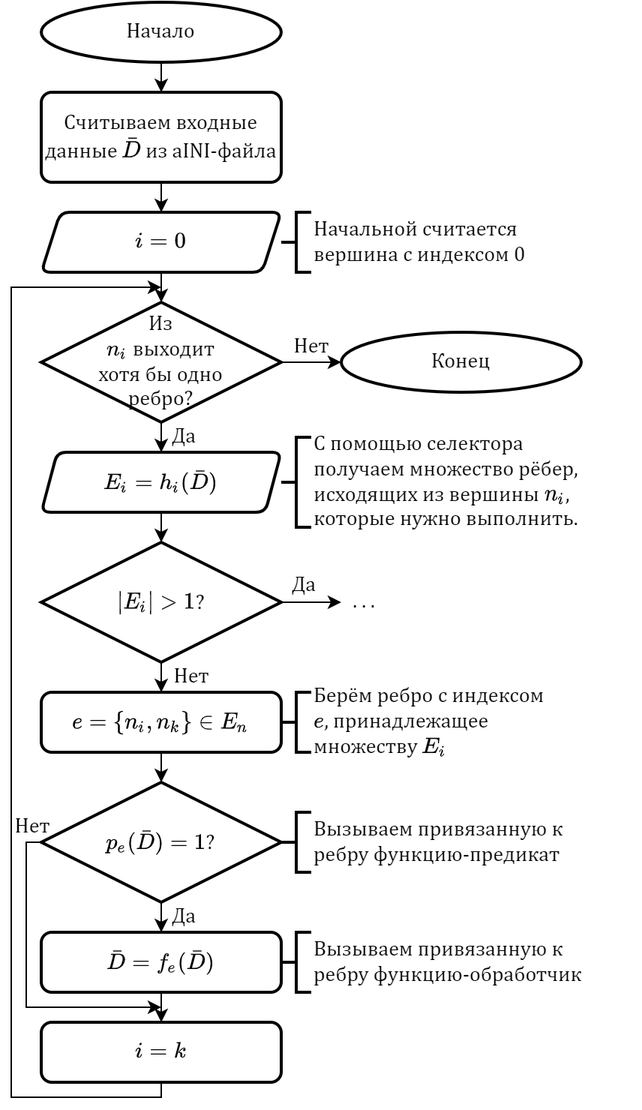
The draw.io diagram 04 - ВКРы/2021-2022 - Разработка компонентов comsdk/01 - Пояснительная записка/figures/flowchart.graphRunning1.png in ITesserakt/Kodept, before a commit. Source tidied: cells renumbered, new cells last; positions are measured from the earlier drawing's top-left corner, leaving out a move shared by most shapes. Its diagram source:
```xml
<mxGraphModel math="1">
  <root>
    <mxCell id="0" />
    <mxCell id="1" parent="0" />
    <mxCell id="2" style="edgeStyle=orthogonalEdgeStyle;rounded=0;jettySize=auto;html=1;exitX=0.5;exitY=1;exitDx=0;exitDy=0;exitPerimeter=0;entryX=0.5;entryY=0;entryDx=0;entryDy=0;fontFamily=Cambria Math;fontSize=14;" parent="1" edge="1" source="3" target="6">
      <mxGeometry relative="1" as="geometry" />
    </mxCell>
    <mxCell id="3" value="Начало" style="strokeWidth=2;html=1;shape=mxgraph.flowchart.start_2;whiteSpace=wrap;fontSize=14;fontFamily=Cambria Math;" parent="1" vertex="1">
      <mxGeometry x="26" width="160" height="40" as="geometry" />
    </mxCell>
    <mxCell id="4" style="edgeStyle=orthogonalEdgeStyle;rounded=0;jettySize=auto;html=1;exitX=0.5;exitY=1;exitDx=0;exitDy=0;entryX=0.5;entryY=0;entryDx=0;entryDy=0;entryPerimeter=0;fontFamily=Cambria Math;fontSize=14;" parent="1" edge="1" target="17">
      <mxGeometry relative="1" as="geometry">
        <mxPoint x="106" y="180" as="sourcePoint" />
      </mxGeometry>
    </mxCell>
    <mxCell id="5" style="edgeStyle=orthogonalEdgeStyle;rounded=0;jettySize=auto;html=1;exitX=0.5;exitY=1;exitDx=0;exitDy=0;entryX=0.5;entryY=0;entryDx=0;entryDy=0;fontFamily=Cambria Math;fontSize=14;" parent="1" edge="1" source="6">
      <mxGeometry relative="1" as="geometry">
        <mxPoint x="106" y="140" as="targetPoint" />
      </mxGeometry>
    </mxCell>
    <mxCell id="6" value="Считываем входные данные \(\bar{D}\) из aINI-файла" style="rounded=1;whiteSpace=wrap;html=1;absoluteArcSize=1;arcSize=14;strokeWidth=2;fontFamily=Cambria Math;fontSize=14;" parent="1" vertex="1">
      <mxGeometry x="26" y="60" width="160" height="60" as="geometry" />
    </mxCell>
    <mxCell id="7" style="strokeWidth=2;html=1;shape=mxgraph.flowchart.annotation_2;align=left;labelPosition=right;fontFamily=Cambria Math;fontSize=14;" parent="1" vertex="1">
      <mxGeometry x="186" y="140" width="20" height="40" as="geometry" />
    </mxCell>
    <mxCell id="8" value="Начальной считается&lt;br&gt;вершина с индексом 0" style="text;html=1;align=left;verticalAlign=middle;fontSize=14;fontFamily=Cambria Math;" parent="1" vertex="1">
      <mxGeometry x="206" y="140" width="160" height="40" as="geometry" />
    </mxCell>
    <mxCell id="9" style="edgeStyle=orthogonalEdgeStyle;rounded=0;jettySize=auto;html=1;exitX=0.5;exitY=1;exitDx=0;exitDy=0;entryX=0.5;entryY=0;entryDx=0;entryDy=0;entryPerimeter=0;fontFamily=Cambria Math;fontSize=14;" parent="1" edge="1" target="14">
      <mxGeometry relative="1" as="geometry">
        <mxPoint x="106" y="340" as="sourcePoint" />
      </mxGeometry>
    </mxCell>
    <mxCell id="10" style="strokeWidth=2;html=1;shape=mxgraph.flowchart.annotation_2;align=left;labelPosition=right;fontFamily=Cambria Math;fontSize=14;" parent="1" vertex="1">
      <mxGeometry x="186" y="290" width="20" height="60" as="geometry" />
    </mxCell>
    <mxCell id="11" value="С помощью селектора&lt;br&gt;получаем множество рёбер,&lt;br&gt;исходящих из вершины \(n_i\),&lt;br&gt;которые нужно выполнить." style="text;html=1;align=left;verticalAlign=middle;fontSize=14;fontFamily=Cambria Math;" parent="1" vertex="1">
      <mxGeometry x="206" y="285" width="220" height="70" as="geometry" />
    </mxCell>
    <mxCell id="12" style="edgeStyle=orthogonalEdgeStyle;rounded=0;jettySize=auto;html=1;exitX=0.5;exitY=1;exitDx=0;exitDy=0;exitPerimeter=0;entryX=0.5;entryY=0;entryDx=0;entryDy=0;fontFamily=Cambria Math;fontSize=14;" parent="1" edge="1" source="14" target="22">
      <mxGeometry relative="1" as="geometry" />
    </mxCell>
    <mxCell id="13" style="edgeStyle=orthogonalEdgeStyle;rounded=0;jettySize=auto;html=1;exitX=1;exitY=0.5;exitDx=0;exitDy=0;exitPerimeter=0;fontFamily=Cambria Math;fontSize=14;" parent="1" edge="1" source="14">
      <mxGeometry relative="1" as="geometry">
        <mxPoint x="226" y="400" as="targetPoint" />
      </mxGeometry>
    </mxCell>
    <mxCell id="14" value="\(|E_i|&amp;gt;1\)?" style="strokeWidth=2;html=1;shape=mxgraph.flowchart.decision;whiteSpace=wrap;fontFamily=Cambria Math;fontSize=14;align=center;" parent="1" vertex="1">
      <mxGeometry x="26" y="360" width="160" height="80" as="geometry" />
    </mxCell>
    <mxCell id="15" style="edgeStyle=orthogonalEdgeStyle;rounded=0;orthogonalLoop=1;jettySize=auto;html=1;exitX=0.5;exitY=1;exitDx=0;exitDy=0;exitPerimeter=0;entryX=0.5;entryY=0;entryDx=0;entryDy=0;fontFamily=Cambria Math;fontSize=14;" parent="1" edge="1">
      <mxGeometry relative="1" as="geometry">
        <mxPoint x="106" y="260" as="sourcePoint" />
        <mxPoint x="106" y="300" as="targetPoint" />
      </mxGeometry>
    </mxCell>
    <mxCell id="16" style="edgeStyle=orthogonalEdgeStyle;rounded=0;jettySize=auto;html=1;exitX=1;exitY=0.5;exitDx=0;exitDy=0;exitPerimeter=0;entryX=0;entryY=0.5;entryDx=0;entryDy=0;entryPerimeter=0;fontFamily=Cambria Math;fontSize=14;" parent="1" edge="1" source="17" target="19">
      <mxGeometry relative="1" as="geometry" />
    </mxCell>
    <mxCell id="17" value="Из&lt;br&gt;\(n_i\) выходит&lt;br&gt;хотя бы одно&lt;br&gt;ребро?" style="strokeWidth=2;html=1;shape=mxgraph.flowchart.decision;whiteSpace=wrap;fontFamily=Cambria Math;fontSize=14;align=center;" parent="1" vertex="1">
      <mxGeometry x="26" y="200" width="160" height="80" as="geometry" />
    </mxCell>
    <mxCell id="18" value="Нет" style="text;html=1;align=center;verticalAlign=middle;fontSize=14;fontFamily=Cambria Math;" parent="1" vertex="1">
      <mxGeometry x="186" y="220" width="40" height="20" as="geometry" />
    </mxCell>
    <mxCell id="19" value="Конец" style="strokeWidth=2;html=1;shape=mxgraph.flowchart.start_2;whiteSpace=wrap;fontSize=14;fontFamily=Cambria Math;" parent="1" vertex="1">
      <mxGeometry x="226" y="220" width="160" height="40" as="geometry" />
    </mxCell>
    <mxCell id="20" value="Да" style="text;html=1;align=center;verticalAlign=middle;fontSize=14;fontFamily=Cambria Math;" parent="1" vertex="1">
      <mxGeometry x="106" y="280" width="30" height="20" as="geometry" />
    </mxCell>
    <mxCell id="21" style="edgeStyle=orthogonalEdgeStyle;rounded=0;jettySize=auto;html=1;exitX=0.5;exitY=1;exitDx=0;exitDy=0;entryX=0.5;entryY=0;entryDx=0;entryDy=0;entryPerimeter=0;fontFamily=Cambria Math;fontSize=14;" parent="1" edge="1" source="22" target="30">
      <mxGeometry relative="1" as="geometry" />
    </mxCell>
    <mxCell id="22" value="\(e=\{n_i,n_k\}\in{E_n}\)" style="rounded=1;whiteSpace=wrap;html=1;absoluteArcSize=1;arcSize=14;strokeWidth=2;fontFamily=Cambria Math;fontSize=14;" parent="1" vertex="1">
      <mxGeometry x="26" y="460" width="160" height="40" as="geometry" />
    </mxCell>
    <mxCell id="23" value="\(i=0\)" style="shape=parallelogram;html=1;strokeWidth=2;perimeter=parallelogramPerimeter;whiteSpace=wrap;rounded=1;arcSize=12;size=0.08000030517578124;fontFamily=Cambria Math;fontSize=14;align=center;" parent="1" vertex="1">
      <mxGeometry x="26" y="140" width="160" height="40" as="geometry" />
    </mxCell>
    <mxCell id="24" value="\(E_i=h_i(\bar{D})\)" style="shape=parallelogram;html=1;strokeWidth=2;perimeter=parallelogramPerimeter;whiteSpace=wrap;rounded=1;arcSize=12;size=0.06666666666666667;fontFamily=Cambria Math;fontSize=14;align=center;" parent="1" vertex="1">
      <mxGeometry x="26" y="300" width="160" height="40" as="geometry" />
    </mxCell>
    <mxCell id="25" style="strokeWidth=2;html=1;shape=mxgraph.flowchart.annotation_2;align=left;labelPosition=right;fontFamily=Cambria Math;fontSize=14;" parent="1" vertex="1">
      <mxGeometry x="186" y="460" width="20" height="40" as="geometry" />
    </mxCell>
    <mxCell id="26" value="Берём ребро с индексом&lt;br&gt;\(e\), принадлежащее&lt;br&gt;множеству \(E_i\)" style="text;html=1;align=left;verticalAlign=middle;fontSize=14;fontFamily=Cambria Math;" parent="1" vertex="1">
      <mxGeometry x="206" y="450" width="180" height="60" as="geometry" />
    </mxCell>
    <mxCell id="27" value="Нет" style="text;html=1;align=center;verticalAlign=middle;fontSize=14;fontFamily=Cambria Math;" parent="1" vertex="1">
      <mxGeometry x="106" y="440" width="40" height="20" as="geometry" />
    </mxCell>
    <mxCell id="28" style="edgeStyle=orthogonalEdgeStyle;rounded=0;jettySize=auto;html=1;exitX=0.5;exitY=1;exitDx=0;exitDy=0;exitPerimeter=0;entryX=0.5;entryY=0;entryDx=0;entryDy=0;fontFamily=Cambria Math;fontSize=14;" parent="1" edge="1" source="30" target="32">
      <mxGeometry relative="1" as="geometry" />
    </mxCell>
    <mxCell id="29" style="edgeStyle=orthogonalEdgeStyle;rounded=0;jettySize=auto;html=1;exitX=0;exitY=0.5;exitDx=0;exitDy=0;exitPerimeter=0;fontFamily=Cambria Math;fontSize=14;" parent="1" edge="1" source="30">
      <mxGeometry relative="1" as="geometry">
        <mxPoint x="106" y="670" as="targetPoint" />
        <Array as="points">
          <mxPoint x="16" y="560" />
          <mxPoint x="16" y="670" />
        </Array>
      </mxGeometry>
    </mxCell>
    <mxCell id="30" value="\(p_e(\bar{D})=1\)?" style="strokeWidth=2;html=1;shape=mxgraph.flowchart.decision;whiteSpace=wrap;fontFamily=Cambria Math;fontSize=14;align=center;" parent="1" vertex="1">
      <mxGeometry x="26" y="520" width="160" height="80" as="geometry" />
    </mxCell>
    <mxCell id="31" style="edgeStyle=orthogonalEdgeStyle;rounded=0;jettySize=auto;html=1;exitX=0.5;exitY=1;exitDx=0;exitDy=0;entryX=0.5;entryY=0;entryDx=0;entryDy=0;fontFamily=Cambria Math;fontSize=14;" parent="1" edge="1" source="32" target="36">
      <mxGeometry relative="1" as="geometry" />
    </mxCell>
    <mxCell id="32" value="$$\bar{D}=f_e(\bar{D})$$" style="rounded=1;whiteSpace=wrap;html=1;absoluteArcSize=1;arcSize=14;strokeWidth=2;fontFamily=Cambria Math;fontSize=14;" parent="1" vertex="1">
      <mxGeometry x="26" y="620" width="160" height="40" as="geometry" />
    </mxCell>
    <mxCell id="33" value="Да" style="text;html=1;align=center;verticalAlign=middle;fontSize=14;fontFamily=Cambria Math;" parent="1" vertex="1">
      <mxGeometry x="106" y="600" width="30" height="20" as="geometry" />
    </mxCell>
    <mxCell id="34" value="Нет" style="text;html=1;align=center;verticalAlign=middle;fontSize=14;fontFamily=Cambria Math;" parent="1" vertex="1">
      <mxGeometry y="540" width="40" height="20" as="geometry" />
    </mxCell>
    <mxCell id="35" style="edgeStyle=orthogonalEdgeStyle;rounded=0;jettySize=auto;html=1;exitX=0.5;exitY=1;exitDx=0;exitDy=0;fontFamily=Cambria Math;fontSize=14;" parent="1" edge="1" source="36">
      <mxGeometry relative="1" as="geometry">
        <mxPoint x="106" y="190" as="targetPoint" />
        <Array as="points">
          <mxPoint x="106" y="730" />
          <mxPoint x="6" y="730" />
          <mxPoint x="6" y="190" />
        </Array>
      </mxGeometry>
    </mxCell>
    <mxCell id="36" value="$$i=k$$" style="rounded=1;whiteSpace=wrap;html=1;absoluteArcSize=1;arcSize=14;strokeWidth=2;fontFamily=Cambria Math;fontSize=14;" parent="1" vertex="1">
      <mxGeometry x="26" y="680" width="160" height="40" as="geometry" />
    </mxCell>
    <mxCell id="37" style="strokeWidth=2;html=1;shape=mxgraph.flowchart.annotation_2;align=left;labelPosition=right;fontFamily=Cambria Math;fontSize=14;" parent="1" vertex="1">
      <mxGeometry x="186" y="540" width="20" height="40" as="geometry" />
    </mxCell>
    <mxCell id="38" value="Вызываем привязанную к&lt;br&gt;ребру функцию-предикат" style="text;html=1;align=left;verticalAlign=middle;fontSize=14;fontFamily=Cambria Math;" parent="1" vertex="1">
      <mxGeometry x="206" y="540" width="190" height="40" as="geometry" />
    </mxCell>
    <mxCell id="39" style="strokeWidth=2;html=1;shape=mxgraph.flowchart.annotation_2;align=left;labelPosition=right;fontFamily=Cambria Math;fontSize=14;" parent="1" vertex="1">
      <mxGeometry x="186" y="620" width="20" height="40" as="geometry" />
    </mxCell>
    <mxCell id="40" value="Вызываем привязанную к&lt;br&gt;ребру функцию-обработчик" style="text;html=1;align=left;verticalAlign=middle;fontSize=14;fontFamily=Cambria Math;" parent="1" vertex="1">
      <mxGeometry x="206" y="620" width="200" height="40" as="geometry" />
    </mxCell>
    <mxCell id="41" value="Да" style="text;html=1;align=center;verticalAlign=middle;fontSize=14;fontFamily=Cambria Math;" parent="1" vertex="1">
      <mxGeometry x="186" y="379" width="30" height="20" as="geometry" />
    </mxCell>
    <mxCell id="42" value=". . ." style="text;html=1;align=center;verticalAlign=middle;fontSize=14;fontFamily=Cambria Math;" parent="1" vertex="1">
      <mxGeometry x="226" y="390" width="30" height="20" as="geometry" />
    </mxCell>
  </root>
</mxGraphModel>
```
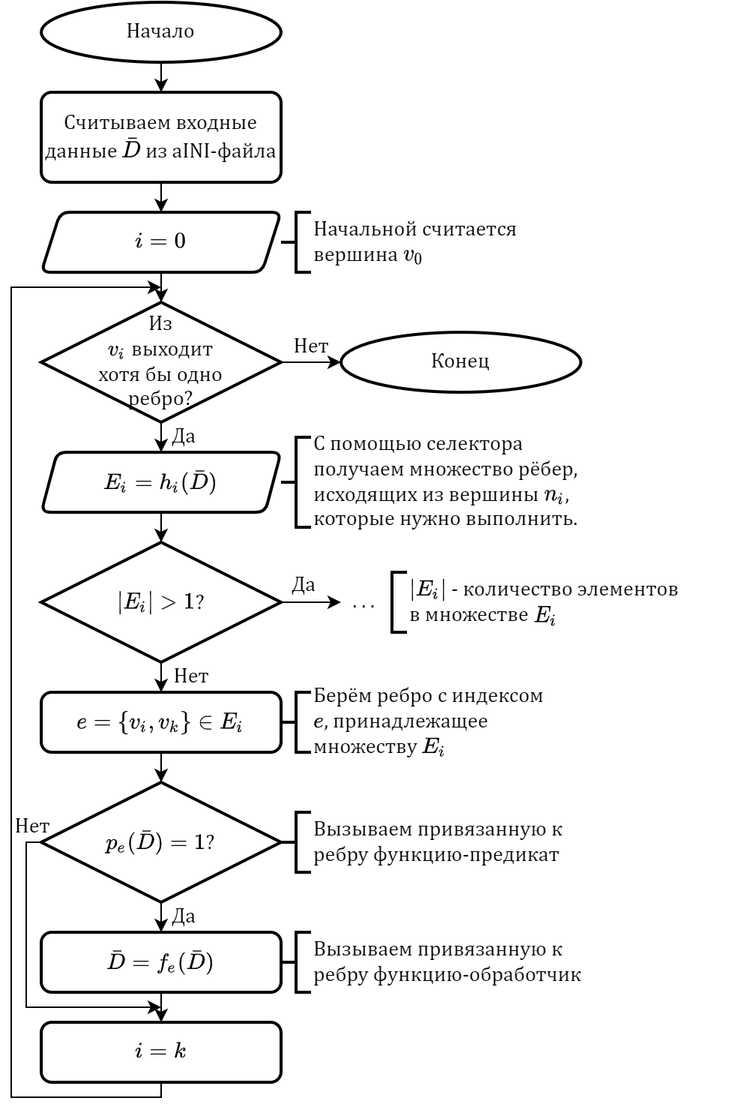
The same diagram one commit later.

Change to the diagram source:
```diff
@@ -24,7 +24,7 @@
     <mxCell id="7" style="strokeWidth=2;html=1;shape=mxgraph.flowchart.annotation_2;align=left;labelPosition=right;fontFamily=Cambria Math;fontSize=14;" parent="1" vertex="1">
       <mxGeometry x="186" y="140" width="20" height="40" as="geometry" />
     </mxCell>
-    <mxCell id="8" value="Начальной считается&lt;br&gt;вершина с индексом 0" style="text;html=1;align=left;verticalAlign=middle;fontSize=14;fontFamily=Cambria Math;" parent="1" vertex="1">
+    <mxCell id="8" value="Начальной считается&lt;br&gt;вершина \(v_0\)" style="text;html=1;align=left;verticalAlign=middle;fontSize=14;fontFamily=Cambria Math;" parent="1" vertex="1">
       <mxGeometry x="206" y="140" width="160" height="40" as="geometry" />
     </mxCell>
     <mxCell id="9" style="edgeStyle=orthogonalEdgeStyle;rounded=0;jettySize=auto;html=1;exitX=0.5;exitY=1;exitDx=0;exitDy=0;entryX=0.5;entryY=0;entryDx=0;entryDy=0;entryPerimeter=0;fontFamily=Cambria Math;fontSize=14;" parent="1" edge="1" target="14">
@@ -58,7 +58,7 @@
     <mxCell id="16" style="edgeStyle=orthogonalEdgeStyle;rounded=0;jettySize=auto;html=1;exitX=1;exitY=0.5;exitDx=0;exitDy=0;exitPerimeter=0;entryX=0;entryY=0.5;entryDx=0;entryDy=0;entryPerimeter=0;fontFamily=Cambria Math;fontSize=14;" parent="1" edge="1" source="17" target="19">
       <mxGeometry relative="1" as="geometry" />
     </mxCell>
-    <mxCell id="17" value="Из&lt;br&gt;\(n_i\) выходит&lt;br&gt;хотя бы одно&lt;br&gt;ребро?" style="strokeWidth=2;html=1;shape=mxgraph.flowchart.decision;whiteSpace=wrap;fontFamily=Cambria Math;fontSize=14;align=center;" parent="1" vertex="1">
+    <mxCell id="17" value="Из&lt;br&gt;\(v_i\) выходит&lt;br&gt;хотя бы одно&lt;br&gt;ребро?" style="strokeWidth=2;html=1;shape=mxgraph.flowchart.decision;whiteSpace=wrap;fontFamily=Cambria Math;fontSize=14;align=center;" parent="1" vertex="1">
       <mxGeometry x="26" y="200" width="160" height="80" as="geometry" />
     </mxCell>
     <mxCell id="18" value="Нет" style="text;html=1;align=center;verticalAlign=middle;fontSize=14;fontFamily=Cambria Math;" parent="1" vertex="1">
@@ -73,7 +73,7 @@
     <mxCell id="21" style="edgeStyle=orthogonalEdgeStyle;rounded=0;jettySize=auto;html=1;exitX=0.5;exitY=1;exitDx=0;exitDy=0;entryX=0.5;entryY=0;entryDx=0;entryDy=0;entryPerimeter=0;fontFamily=Cambria Math;fontSize=14;" parent="1" edge="1" source="22" target="30">
       <mxGeometry relative="1" as="geometry" />
     </mxCell>
-    <mxCell id="22" value="\(e=\{n_i,n_k\}\in{E_n}\)" style="rounded=1;whiteSpace=wrap;html=1;absoluteArcSize=1;arcSize=14;strokeWidth=2;fontFamily=Cambria Math;fontSize=14;" parent="1" vertex="1">
+    <mxCell id="22" value="\(e=\{v_i,v_k\}\in{E_i}\)" style="rounded=1;whiteSpace=wrap;html=1;absoluteArcSize=1;arcSize=14;strokeWidth=2;fontFamily=Cambria Math;fontSize=14;" parent="1" vertex="1">
       <mxGeometry x="26" y="460" width="160" height="40" as="geometry" />
     </mxCell>
     <mxCell id="23" value="\(i=0\)" style="shape=parallelogram;html=1;strokeWidth=2;perimeter=parallelogramPerimeter;whiteSpace=wrap;rounded=1;arcSize=12;size=0.08000030517578124;fontFamily=Cambria Math;fontSize=14;align=center;" parent="1" vertex="1">
@@ -149,5 +149,11 @@
     <mxCell id="42" value=". . ." style="text;html=1;align=center;verticalAlign=middle;fontSize=14;fontFamily=Cambria Math;" parent="1" vertex="1">
       <mxGeometry x="226" y="390" width="30" height="20" as="geometry" />
     </mxCell>
+    <mxCell id="43" value="\(|E_i|\) - количество элементов&lt;br&gt;в множестве \(E_i\)" style="text;html=1;align=left;verticalAlign=middle;fontSize=14;fontFamily=Cambria Math;" parent="1" vertex="1">
+      <mxGeometry x="270" y="380" width="230" height="40" as="geometry" />
+    </mxCell>
+    <mxCell id="44" style="strokeWidth=2;html=1;shape=mxgraph.flowchart.annotation_1;align=left;" parent="1" vertex="1">
+      <mxGeometry x="260" y="380" width="10" height="40" as="geometry" />
+    </mxCell>
   </root>
 </mxGraphModel>
```
